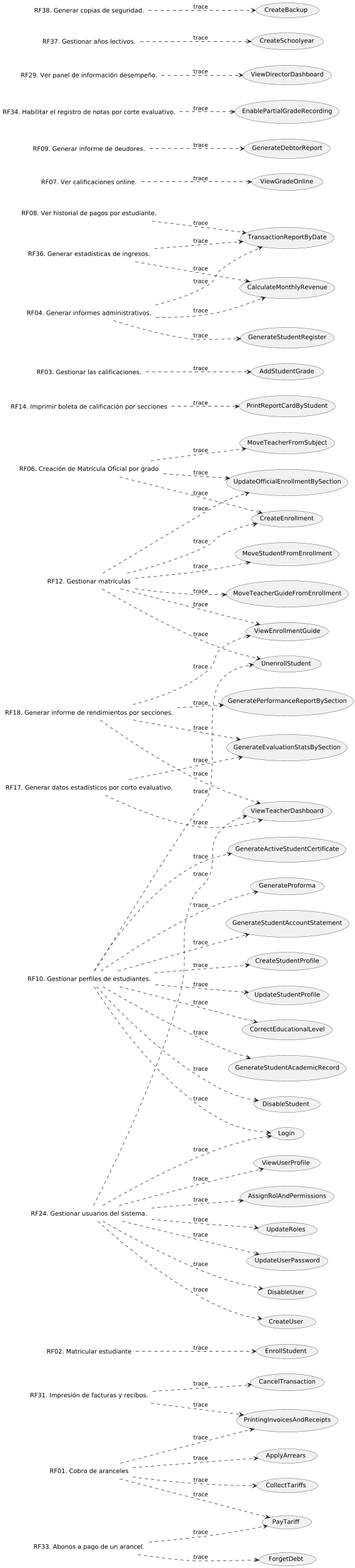
Above: out/UseCaseView/TRACE.Requisites-x-UseCase.png in wsmcbl/wsmcbl.doc (PlantUML), before the change. Source of this version:
```plantuml
@startuml
left to right direction
Label RF01 as "RF01. Cobro de aranceles"
Label RF02 as "RF02. Matricular estudiante"
label RF06 as "RF06. Creación de Matrícula Oficial por grado"
label RF12 as "RF12. Gestionar matrículas"
label RF14 as "RF14. Imprimir boleta de calificación por secciones"

Label RF03 as "RF03. Gestionar las calificaciones."
Label RF10 as "RF10. Gestionar perfiles de estudiantes."
Label RF24 as "RF24. Gestionar usuarios del sistema."
Label RF33 as "RF33. Abonos a pago de un arancel."

Label RF04 as "RF04. Generar informes administrativos."
Label RF07 as "RF07. Ver calificaciones online."
Label RF08 as "RF08. Ver historial de pagos por estudiante."
Label RF31 as "RF31. Impresión de facturas y recibos."
Label RF36 as "RF36. Generar estadísticas de ingresos."

Label RF09 as "RF09. Generar informe de deudores."
Label RF34 as "RF34. Habilitar el registro de notas por corte evaluativo."

Label RF18 as "RF18. Generar informe de rendimientos por secciones."
Label RF29 as "RF29. Ver panel de información desempeño."
Label RF37 as "RF37. Gestionar años lectivos."
Label RF38 as "RF38. Generar copias de seguridad."

Label RF17 as "RF17. Generar datos estadísticos por corto evaluativo."


usecase CU01 as "EnrollStudent"
usecase CU05 as "UpdateOfficialEnrollmentBySection"
usecase CU58 as "PrintingInvoicesAndReceipts"
usecase CU29 as "PrintReportCardByStudent"
usecase CU21 as "MoveTeacherGuideFromEnrollment"
usecase CU03 as "CollectTariffs"

usecase CU60 as "PayTariff"
usecase CU11 as "AddStudentGrade"
usecase CU02 as "CreateStudentProfile"
usecase CU69 as "Login"

usecase CU15 as "ViewGradeOnline"
usecase CU16 as "UpdateStudentProfile"
usecase CU22 as "MoveTeacherFromSubject"
usecase CU23 as "MoveStudentFromEnrollment"
usecase CU73 as "CancelTransaction"
usecase CU75 as "TransactionReportByDate"

usecase CU07 as "GenerateDebtorReport"
usecase CU20 as "CreateEnrollment"
usecase CU46 as "CreateUser"
usecase CU51 as "ViewUserProfile"
usecase CU61 as "EnablePartialGradeRecording"
usecase CU71 as "AssignRolAndPermissions"
usecase CU77 as "CorrectEducationalLevel"
usecase CU78 as "ForgetDebt"

usecase CU57 as "ViewDirectorDashboard"
usecase CU72 as "UpdateRoles"
usecase CU79 as "CreateSchoolyear"
usecase CU80 as "CreateBackup"
usecase CU81 as "ViewEnrollmentGuide"
usecase CU82 as "GenerateStudentRegister"
usecase CU83 as "UpdateUserPassword"
usecase CU85 as "ApplyArrears"

usecase CU10 as "GenerateStudentAcademicRecord"
usecase CU18 as "DisableStudent"
usecase CU26 as "UnenrollStudent"
usecase CU31 as "GenerateEvaluationStatsBySection"
usecase CU32 as "GeneratePerformanceReportBySection"
usecase CU50 as "DisableUser"
usecase CU74 as "GenerateProforma"
usecase CU87 as "CalculateMonthlyRevenue"
usecase CU89 as "ViewTeacherDashboard"
usecase CU91 as "GenerateStudentAccountStatement"
usecase CU92 as "GenerateActiveStudentCertificate"



RF01 ..> CU03 : trace
RF01 ..> CU58 : trace
RF02 ..> CU01 : trace
RF06 ..> CU05 : trace
RF12 ..> CU05 : trace
RF12 ..> CU21 : trace
RF14 ..> CU29 : trace

RF01 ..> CU60 : trace
RF06 ..> CU22 : trace
RF10 ..> CU02 : trace
RF10 ..> CU69 : trace
RF24 ..> CU69 : trace
RF33 ..> CU60 : trace
RF03 ..> CU11 : trace
RF07 ..> CU15 : trace

RF08 ..> CU75 : trace
RF04 ..> CU75 : trace
RF36 ..> CU75 : trace
RF31 ..> CU73 : trace
RF31 ..> CU58 : trace
RF10 ..> CU16 : trace
RF12 ..> CU23 : trace

RF09 ..> CU07 : trace
RF06 ..> CU20 : trace
RF12 ..> CU20 : trace
RF24 ..> CU46 : trace
RF24 ..> CU51 : trace
RF34 ..> CU61 : trace
RF24 ..> CU71 : trace
RF10 ..> CU77 : trace
RF33 ..> CU78 : trace

RF29 ..> CU57 : trace
RF24 ..> CU72 : trace
RF37 ..> CU79 : trace
RF38 ..> CU80 : trace
RF12 ..> CU81 : trace
RF18 ..> CU81 : trace
RF04 ..> CU82 : trace
RF24 ..> CU83 : trace
RF01 ..> CU85 : trace

RF24 ..> CU50 : trace
RF10 ..> CU18 : trace
RF10 ..> CU26 : trace
RF10 ..> CU10 : trace
RF10 ..> CU74 : trace
RF10 ..> CU91 : trace
RF10 ..> CU92 : trace
RF12 ..> CU26 : trace
RF04 ..> CU87 : trace
RF36 ..> CU87 : trace
RF17 ..> CU31 : trace
RF17 ..> CU89 : trace
RF18 ..> CU89 : trace
RF24 ..> CU89 : trace
RF18 ..> CU31 : trace
RF18 ..> CU32 : trace


@enduml
```
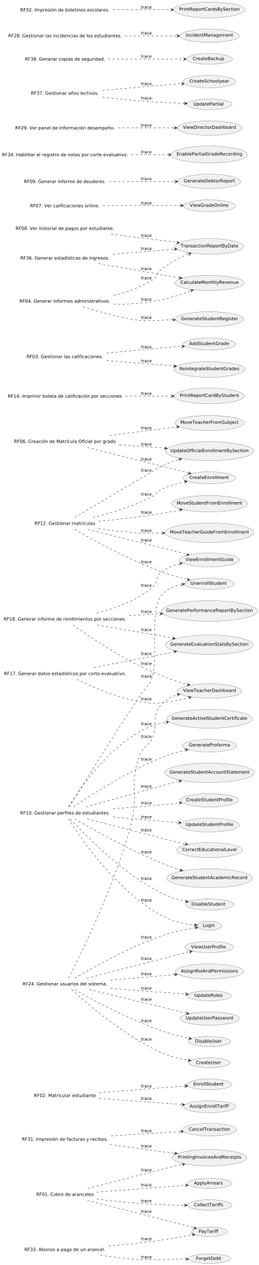
Above is the later version.

Commit message:
Update: VII iteration usecase in TRACE.Requisites-x-UseCase.puml file

Diff of the diagram source:
```diff
@@ -1,5 +1,7 @@
 @startuml
 left to right direction
+
+
 Label RF01 as "RF01. Cobro de aranceles"
 Label RF02 as "RF02. Matricular estudiante"
 label RF06 as "RF06. Creación de Matrícula Oficial por grado"
@@ -26,6 +28,9 @@
 Label RF38 as "RF38. Generar copias de seguridad."
 
 Label RF17 as "RF17. Generar datos estadísticos por corto evaluativo."
+
+Label RF28 as "RF28. Gestionar las incidencias de los estudiantes."
+Label RF32 as "RF32. Impresión de boletines escolares."
 
 
 usecase CU01 as "EnrollStudent"
@@ -76,6 +81,12 @@
 usecase CU89 as "ViewTeacherDashboard"
 usecase CU91 as "GenerateStudentAccountStatement"
 usecase CU92 as "GenerateActiveStudentCertificate"
+
+usecase CU40 as "IncidentManagement"
+usecase CU59 as "PrintReportCardsBySection"
+usecase CU86 as "UpdatePartial"
+usecase CU88 as "AssignEnrollTariff"
+usecase CU93 as "ReintegrateStudentGrades"
 
 
 
@@ -141,5 +152,12 @@
 RF18 ..> CU31 : trace
 RF18 ..> CU32 : trace
 
+RF02 ..> CU88 : trace
+RF03 ..> CU93 : trace
+RF28 ..> CU40 : trace
+RF32 ..> CU59 : trace
+RF37 ..> CU86 : trace
+
+
 
 @enduml
```
